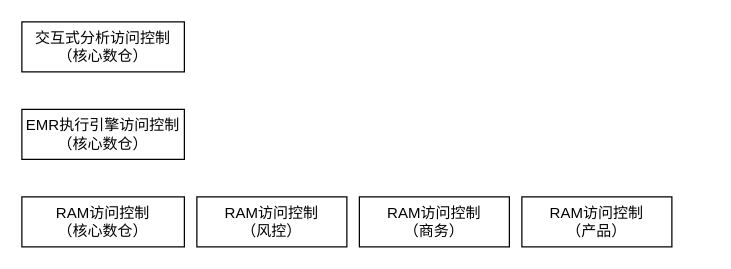
This is authorization.drawio from jimmycheng603/findmaven, a draw.io file, before an edit. Source tidied: cells renumbered, new cells numbered last; positions are measured from the earlier drawing's top-left corner, leaving out a move shared by most shapes. Both pictures are drawn from the tidied source at 125%, with x=0, y=0 at pixel (21, 21).
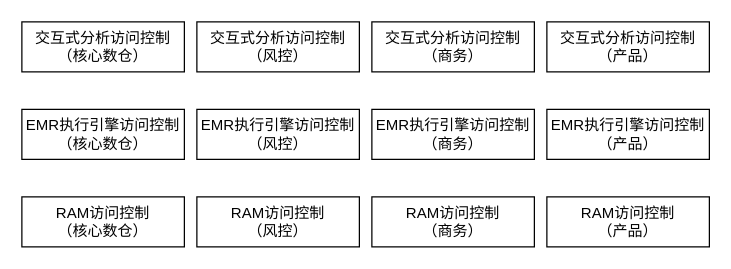
The same diagram, later.

Diff of the diagram source:
```diff
@@
 <mxGraphModel>
   <root>
     <mxCell id="0" />
     <mxCell id="1" parent="0" />
     <mxCell id="2" value="RAM访问控制&lt;br&gt;（核心数仓）" style="rounded=0;whiteSpace=wrap;html=1;" parent="1" vertex="1">
       <mxGeometry y="140" width="130" height="40" as="geometry" />
     </mxCell>
     <mxCell id="3" value="EMR执行引擎访问控制&lt;br&gt;（核心数仓）" style="rounded=0;whiteSpace=wrap;html=1;" parent="1" vertex="1">
       <mxGeometry y="70" width="130" height="40" as="geometry" />
     </mxCell>
     <mxCell id="4" value="交互式分析访问控制&lt;br&gt;（核心数仓）" style="rounded=0;whiteSpace=wrap;html=1;" parent="1" vertex="1">
       <mxGeometry width="130" height="40" as="geometry" />
     </mxCell>
     <mxCell id="5" value="RAM访问控制&lt;br&gt;（风控）" style="rounded=0;whiteSpace=wrap;html=1;" parent="1" vertex="1">
-      <mxGeometry x="140" y="140" width="120" height="40" as="geometry" />
+      <mxGeometry x="140" y="140" width="130" height="40" as="geometry" />
     </mxCell>
     <mxCell id="6" value="RAM访问控制&lt;br&gt;（商务）" style="rounded=0;whiteSpace=wrap;html=1;" parent="1" vertex="1">
-      <mxGeometry x="270" y="140" width="120" height="40" as="geometry" />
+      <mxGeometry x="280" y="140" width="130" height="40" as="geometry" />
     </mxCell>
     <mxCell id="7" value="RAM访问控制&lt;br&gt;（产品）" style="rounded=0;whiteSpace=wrap;html=1;" parent="1" vertex="1">
-      <mxGeometry x="400" y="140" width="120" height="40" as="geometry" />
+      <mxGeometry x="420" y="140" width="130" height="40" as="geometry" />
     </mxCell>
+    <mxCell id="8" value="EMR执行引擎访问控制&lt;br&gt;（风控）" style="rounded=0;whiteSpace=wrap;html=1;" parent="1" vertex="1">
+      <mxGeometry x="140" y="70" width="130" height="40" as="geometry" />
+    </mxCell>
+    <mxCell id="9" value="交互式分析访问控制&lt;br&gt;（风控）" style="rounded=0;whiteSpace=wrap;html=1;" parent="1" vertex="1">
+      <mxGeometry x="140" width="130" height="40" as="geometry" />
+    </mxCell>
+    <mxCell id="10" value="EMR执行引擎访问控制&lt;br&gt;（商务）" style="rounded=0;whiteSpace=wrap;html=1;" parent="1" vertex="1">
+      <mxGeometry x="280" y="70" width="130" height="40" as="geometry" />
+    </mxCell>
+    <mxCell id="11" value="交互式分析访问控制&lt;br&gt;（商务）" style="rounded=0;whiteSpace=wrap;html=1;" parent="1" vertex="1">
+      <mxGeometry x="280" width="130" height="40" as="geometry" />
+    </mxCell>
+    <mxCell id="12" value="EMR执行引擎访问控制&lt;br&gt;（产品）" style="rounded=0;whiteSpace=wrap;html=1;" parent="1" vertex="1">
+      <mxGeometry x="420" y="70" width="130" height="40" as="geometry" />
+    </mxCell>
+    <mxCell id="13" value="交互式分析访问控制&lt;br&gt;（产品）" style="rounded=0;whiteSpace=wrap;html=1;" parent="1" vertex="1">
+      <mxGeometry x="420" width="130" height="40" as="geometry" />
+    </mxCell>
   </root>
 </mxGraphModel>
```
